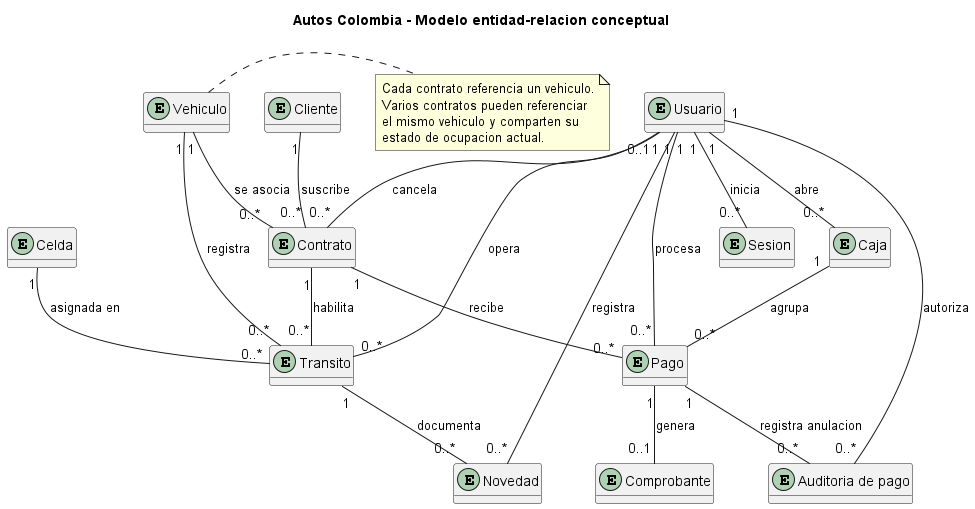
This is out/docs/modelos-de-datos/MER conceptual.png from 1J3G/parqueadero-colombia, a PlantUML export, as it was before one commit.
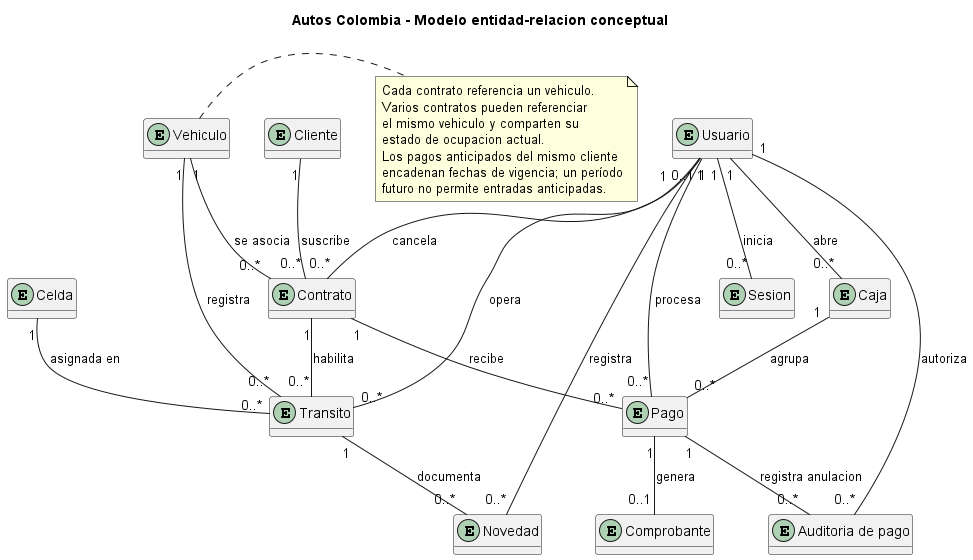
Above is the later version.

What changed in the source:
```diff
@@ -39,5 +39,8 @@
   Varios contratos pueden referenciar
   el mismo vehiculo y comparten su
   estado de ocupacion actual.
+  Los pagos anticipados del mismo cliente
+  encadenan fechas de vigencia; un período
+  futuro no permite entradas anticipadas.
 end note
 @enduml
```
